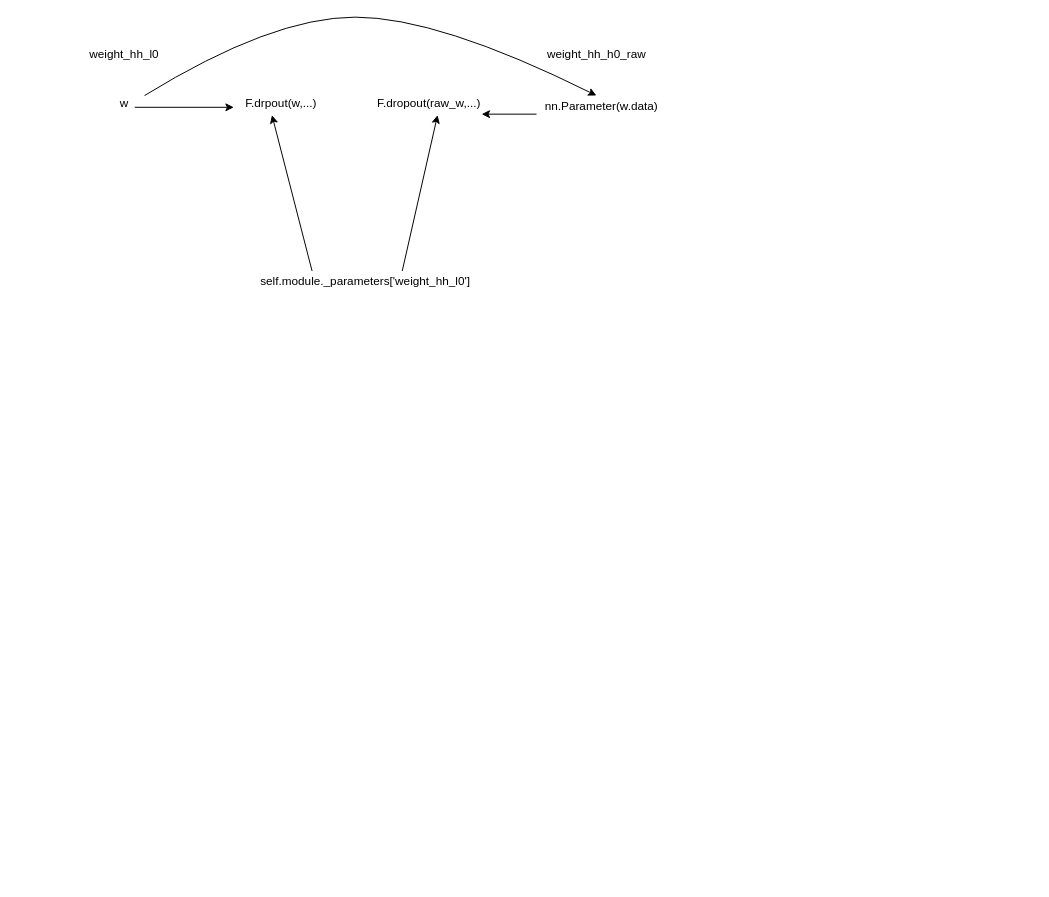
shuntaka/study-fastai keeps this draw.io diagram as page "WeightDropout" (12 of 12) of lesson_note/studyFastaiFigures.drawio. Above is the earlier version. Source tidied: cells renumbered, new cells numbered last; positions are measured from the earlier drawing's top-left corner, leaving out a move shared by most shapes. Both pictures are drawn from the tidied source at 98%, with x=0, y=0 at pixel (79, 17).
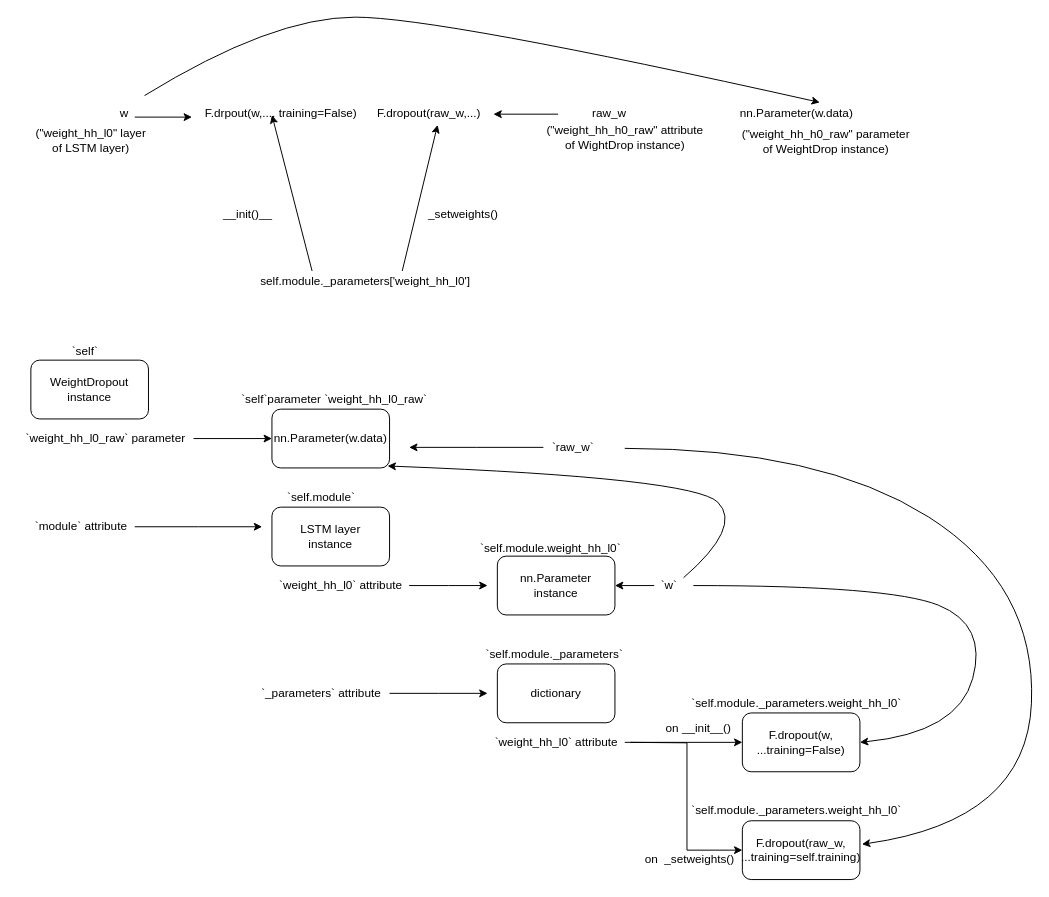
Above is the later version.

What changed in the source:
```diff
@@
     <mxCell id="2" value="w" style="text;html=1;align=center;verticalAlign=middle;points=[];" parent="1" vertex="1">
-      <mxGeometry x="35" y="78" width="20" height="20" as="geometry" />
+      <mxGeometry x="35" y="88" width="20" height="20" as="geometry" />
     </mxCell>
-    <mxCell id="3" value="weight_hh_l0" style="text;html=1;align=center;verticalAlign=middle;" parent="1" vertex="1">
-      <mxGeometry y="28" width="90" height="20" as="geometry" />
+    <mxCell id="3" value="(&quot;weight_hh_l0&quot; layer &lt;br&gt;of LSTM layer)" style="text;html=1;align=center;verticalAlign=middle;" parent="1" vertex="1">
+      <mxGeometry x="-54" y="111" width="130" height="30" as="geometry" />
     </mxCell>
@@
-    <mxCell id="5" value="F.drpout(w,...)" style="text;html=1;align=center;verticalAlign=middle;points=[];" parent="1" vertex="1">
-      <mxGeometry x="160" y="78" width="90" height="20" as="geometry" />
+    <mxCell id="5" value="F.drpout(w,..., training=False)" style="text;html=1;align=center;verticalAlign=middle;points=[];" parent="1" vertex="1">
+      <mxGeometry x="120" y="88" width="170" height="20" as="geometry" />
     </mxCell>
     <mxCell id="6" value="nn.Parameter(w.data)" style="text;html=1;align=center;verticalAlign=middle;points=[];" parent="1" vertex="1">
-      <mxGeometry x="467" y="81" width="130" height="20" as="geometry" />
+      <mxGeometry x="666" y="88" width="130" height="20" as="geometry" />
     </mxCell>
-    <mxCell id="7" value="weight_hh_h0_raw" style="text;html=1;align=center;verticalAlign=middle;" parent="1" vertex="1">
-      <mxGeometry x="467" y="28" width="120" height="20" as="geometry" />
+    <mxCell id="7" value="(&quot;weight_hh_h0_raw&quot; parameter &lt;br&gt;of WeightDrop instance)" style="text;html=1;align=center;verticalAlign=middle;" parent="1" vertex="1">
+      <mxGeometry x="666" y="112" width="190" height="30" as="geometry" />
     </mxCell>
@@
     <mxCell id="9" value="F.dropout(raw_w,...)" style="text;html=1;align=center;verticalAlign=middle;points=[];" parent="1" vertex="1">
-      <mxGeometry x="296" y="78" width="120" height="20" as="geometry" />
+      <mxGeometry x="296" y="88" width="120" height="20" as="geometry" />
     </mxCell>
@@
-    <mxCell id="11" style="curved=1;endArrow=classic;html=1;entryX=0.462;entryY=-0.05;entryDx=0;entryDy=0;entryPerimeter=0;" parent="1" edge="1" target="6">
+    <mxCell id="11" style="curved=1;endArrow=classic;html=1;entryX=0.685;entryY=-0.05;entryDx=0;entryDy=0;entryPerimeter=0;" parent="1" edge="1" target="6">
       <mxGeometry relative="1" as="geometry">
         <mxPoint x="66" y="80" as="sourcePoint" />
         <Array as="points">
           <mxPoint x="196" />
           <mxPoint x="366" />
         </Array>
       </mxGeometry>
     </mxCell>
-    <mxCell id="12" style="endArrow=classic;html=1;entryX=0.95;entryY=1.05;entryDx=0;entryDy=0;entryPerimeter=0;exitX=-0.008;exitY=0.9;exitDx=0;exitDy=0;exitPerimeter=0;" parent="1" edge="1" source="6" target="9">
-      <mxGeometry relative="1" as="geometry" />
+    <mxCell id="12" style="endArrow=classic;html=1;entryX=0.95;entryY=1.05;entryDx=0;entryDy=0;entryPerimeter=0;" parent="1" edge="1">
+      <mxGeometry relative="1" as="geometry">
+        <mxPoint x="488" y="99" as="sourcePoint" />
+        <mxPoint x="422" y="99" as="targetPoint" />
+      </mxGeometry>
     </mxCell>
@@
+    <mxCell id="14" value="__init()__" style="text;html=1;align=center;verticalAlign=middle;" parent="1" vertex="1">
+      <mxGeometry x="136" y="191" width="70" height="20" as="geometry" />
+    </mxCell>
+    <mxCell id="15" value="_setweights()" style="text;html=1;align=center;verticalAlign=middle;" parent="1" vertex="1">
+      <mxGeometry x="346" y="191" width="90" height="20" as="geometry" />
+    </mxCell>
+    <mxCell id="16" value="raw_w" style="text;html=1;align=center;verticalAlign=middle;" parent="1" vertex="1">
+      <mxGeometry x="515" y="88" width="50" height="20" as="geometry" />
+    </mxCell>
+    <mxCell id="17" value="(&quot;weight_hh_h0_raw&quot; attribute&lt;br&gt;of WightDrop instance)" style="text;html=1;align=center;verticalAlign=middle;" parent="1" vertex="1">
+      <mxGeometry x="466" y="108" width="180" height="30" as="geometry" />
+    </mxCell>
+    <mxCell id="18" value="LSTM layer &lt;br&gt;instance" style="rounded=1;whiteSpace=wrap;html=1;" parent="1" vertex="1">
+      <mxGeometry x="196" y="500" width="120" height="60" as="geometry" />
+    </mxCell>
+    <mxCell id="19" style="edgeStyle=orthogonalEdgeStyle;rounded=0;jettySize=auto;html=1;" parent="1" edge="1" source="20" target="30">
+      <mxGeometry relative="1" as="geometry" />
+    </mxCell>
+    <mxCell id="20" value="`w`" style="text;html=1;align=center;verticalAlign=middle;points=[];" parent="1" vertex="1">
+      <mxGeometry x="586" y="570" width="30" height="20" as="geometry" />
+    </mxCell>
+    <mxCell id="21" value="WeightDropout&lt;br&gt;instance" style="rounded=1;whiteSpace=wrap;html=1;" parent="1" vertex="1">
+      <mxGeometry x="-50" y="350" width="120" height="60" as="geometry" />
+    </mxCell>
+    <mxCell id="22" style="edgeStyle=orthogonalEdgeStyle;rounded=0;jettySize=auto;html=1;" parent="1" edge="1" source="23">
+      <mxGeometry relative="1" as="geometry">
+        <mxPoint x="416" y="580" as="targetPoint" />
+      </mxGeometry>
+    </mxCell>
+    <mxCell id="23" value="`weight_hh_l0` attribute" style="text;html=1;align=center;verticalAlign=middle;points=[];" parent="1" vertex="1">
+      <mxGeometry x="196" y="570" width="140" height="20" as="geometry" />
+    </mxCell>
+    <mxCell id="24" style="edgeStyle=orthogonalEdgeStyle;rounded=0;jettySize=auto;html=1;" parent="1" edge="1" source="25" target="26">
+      <mxGeometry relative="1" as="geometry" />
+    </mxCell>
+    <mxCell id="25" value="`weight_hh_l0_raw` parameter" style="text;html=1;align=center;verticalAlign=middle;points=[];" parent="1" vertex="1">
+      <mxGeometry x="-64" y="420" width="180" height="20" as="geometry" />
+    </mxCell>
+    <mxCell id="26" value="nn.Parameter(w.data)" style="rounded=1;whiteSpace=wrap;html=1;" parent="1" vertex="1">
+      <mxGeometry x="196" y="400" width="120" height="60" as="geometry" />
+    </mxCell>
+    <mxCell id="27" style="edgeStyle=orthogonalEdgeStyle;rounded=0;jettySize=auto;html=1;" parent="1" edge="1" source="28">
+      <mxGeometry relative="1" as="geometry">
+        <mxPoint x="186" y="520" as="targetPoint" />
+      </mxGeometry>
+    </mxCell>
+    <mxCell id="28" value="`module` attribute" style="text;html=1;align=center;verticalAlign=middle;points=[];" parent="1" vertex="1">
+      <mxGeometry x="-54" y="510" width="110" height="20" as="geometry" />
+    </mxCell>
+    <mxCell id="29" value="`self`" style="text;html=1;align=center;verticalAlign=middle;" parent="1" vertex="1">
+      <mxGeometry x="-15" y="331" width="40" height="20" as="geometry" />
+    </mxCell>
+    <mxCell id="30" value="nn.Parameter instance" style="rounded=1;whiteSpace=wrap;html=1;" parent="1" vertex="1">
+      <mxGeometry x="426" y="550" width="120" height="60" as="geometry" />
+    </mxCell>
+    <mxCell id="31" style="edgeStyle=orthogonalEdgeStyle;rounded=0;jettySize=auto;html=1;" parent="1" edge="1" source="32">
+      <mxGeometry relative="1" as="geometry">
+        <mxPoint x="416" y="690" as="targetPoint" />
+      </mxGeometry>
+    </mxCell>
+    <mxCell id="32" value="`_parameters` attribute" style="text;html=1;align=center;verticalAlign=middle;points=[];" parent="1" vertex="1">
+      <mxGeometry x="176" y="680" width="140" height="20" as="geometry" />
+    </mxCell>
+    <mxCell id="33" value="dictionary" style="rounded=1;whiteSpace=wrap;html=1;" parent="1" vertex="1">
+      <mxGeometry x="426" y="660" width="120" height="60" as="geometry" />
+    </mxCell>
+    <mxCell id="34" style="edgeStyle=orthogonalEdgeStyle;rounded=0;jettySize=auto;html=1;entryX=0;entryY=0.5;entryDx=0;entryDy=0;" parent="1" edge="1" target="45">
+      <mxGeometry relative="1" as="geometry">
+        <mxPoint x="562" y="740" as="sourcePoint" />
+      </mxGeometry>
+    </mxCell>
+    <mxCell id="35" style="edgeStyle=orthogonalEdgeStyle;rounded=0;jettySize=auto;html=1;entryX=0;entryY=0.5;entryDx=0;entryDy=0;" parent="1" edge="1" source="36" target="39">
+      <mxGeometry relative="1" as="geometry" />
+    </mxCell>
+    <mxCell id="36" value="`weight_hh_l0` attribute" style="text;html=1;align=center;verticalAlign=middle;points=[];" parent="1" vertex="1">
+      <mxGeometry x="416" y="730" width="140" height="20" as="geometry" />
+    </mxCell>
+    <mxCell id="37" value="`self.module`" style="text;html=1;align=center;verticalAlign=middle;" parent="1" vertex="1">
+      <mxGeometry x="206" y="480" width="80" height="20" as="geometry" />
+    </mxCell>
+    <mxCell id="38" value="`self.module._parameters`" style="text;html=1;align=center;verticalAlign=middle;" parent="1" vertex="1">
+      <mxGeometry x="404" y="640" width="160" height="20" as="geometry" />
+    </mxCell>
+    <mxCell id="39" value="F.dropout(w, ...training=False)" style="rounded=1;whiteSpace=wrap;html=1;" parent="1" vertex="1">
+      <mxGeometry x="676" y="710" width="120" height="60" as="geometry" />
+    </mxCell>
+    <mxCell id="40" value="`self.module.weight_hh_l0`" style="text;html=1;align=center;verticalAlign=middle;" parent="1" vertex="1">
+      <mxGeometry x="400" y="532" width="160" height="20" as="geometry" />
+    </mxCell>
+    <mxCell id="41" value="`self`parameter `weight_hh_l0_raw`&amp;nbsp;" style="text;html=1;align=center;verticalAlign=middle;" parent="1" vertex="1">
+      <mxGeometry x="156" y="380" width="210" height="20" as="geometry" />
+    </mxCell>
+    <mxCell id="42" value="`self.module._parameters.weight_hh_l0`" style="text;html=1;align=center;verticalAlign=middle;" parent="1" vertex="1">
+      <mxGeometry x="616" y="690" width="230" height="20" as="geometry" />
+    </mxCell>
+    <mxCell id="43" style="edgeStyle=orthogonalEdgeStyle;rounded=0;jettySize=auto;html=1;" parent="1" edge="1" source="44">
+      <mxGeometry relative="1" as="geometry">
+        <mxPoint x="336" y="439" as="targetPoint" />
+      </mxGeometry>
+    </mxCell>
+    <mxCell id="44" value="`raw_w`" style="text;html=1;align=center;verticalAlign=middle;points=[];" parent="1" vertex="1">
+      <mxGeometry x="473" y="429" width="60" height="20" as="geometry" />
+    </mxCell>
+    <mxCell id="45" value="F.dropout(raw_w, ...training=self.training)" style="rounded=1;whiteSpace=wrap;html=1;" parent="1" vertex="1">
+      <mxGeometry x="676" y="820" width="120" height="60" as="geometry" />
+    </mxCell>
+    <mxCell id="46" value="`self.module._parameters.weight_hh_l0`" style="text;html=1;align=center;verticalAlign=middle;" parent="1" vertex="1">
+      <mxGeometry x="616" y="800" width="230" height="20" as="geometry" />
+    </mxCell>
+    <mxCell id="47" value="on&amp;nbsp; _setweights()" style="text;html=1;align=center;verticalAlign=middle;" parent="1" vertex="1">
+      <mxGeometry x="567" y="850" width="110" height="20" as="geometry" />
+    </mxCell>
+    <mxCell id="48" value="on __init__()" style="text;html=1;align=center;verticalAlign=middle;" parent="1" vertex="1">
+      <mxGeometry x="591" y="716" width="80" height="20" as="geometry" />
+    </mxCell>
+    <mxCell id="49" style="curved=1;endArrow=classic;html=1;exitX=1;exitY=0.1;exitDx=0;exitDy=0;exitPerimeter=0;entryX=0.983;entryY=0.967;entryDx=0;entryDy=0;entryPerimeter=0;" parent="1" edge="1" source="20" target="26">
+      <mxGeometry relative="1" as="geometry">
+        <Array as="points">
+          <mxPoint x="676" y="520" />
+          <mxPoint x="626" y="470" />
+        </Array>
+      </mxGeometry>
+    </mxCell>
+    <mxCell id="50" style="curved=1;endArrow=classic;html=1;entryX=1.017;entryY=0.4;entryDx=0;entryDy=0;entryPerimeter=0;" parent="1" edge="1" target="45">
+      <mxGeometry relative="1" as="geometry">
+        <mxPoint x="556" y="440" as="sourcePoint" />
+        <Array as="points">
+          <mxPoint x="756" y="440" />
+          <mxPoint x="976" y="580" />
+          <mxPoint x="966" y="820" />
+        </Array>
+      </mxGeometry>
+    </mxCell>
+    <mxCell id="51" style="curved=1;endArrow=classic;html=1;entryX=1;entryY=0.5;entryDx=0;entryDy=0;" parent="1" edge="1" target="39">
+      <mxGeometry relative="1" as="geometry">
+        <mxPoint x="626" y="580" as="sourcePoint" />
+        <Array as="points">
+          <mxPoint x="826" y="580" />
+          <mxPoint x="926" y="620" />
+          <mxPoint x="896" y="730" />
+        </Array>
+      </mxGeometry>
+    </mxCell>
```
